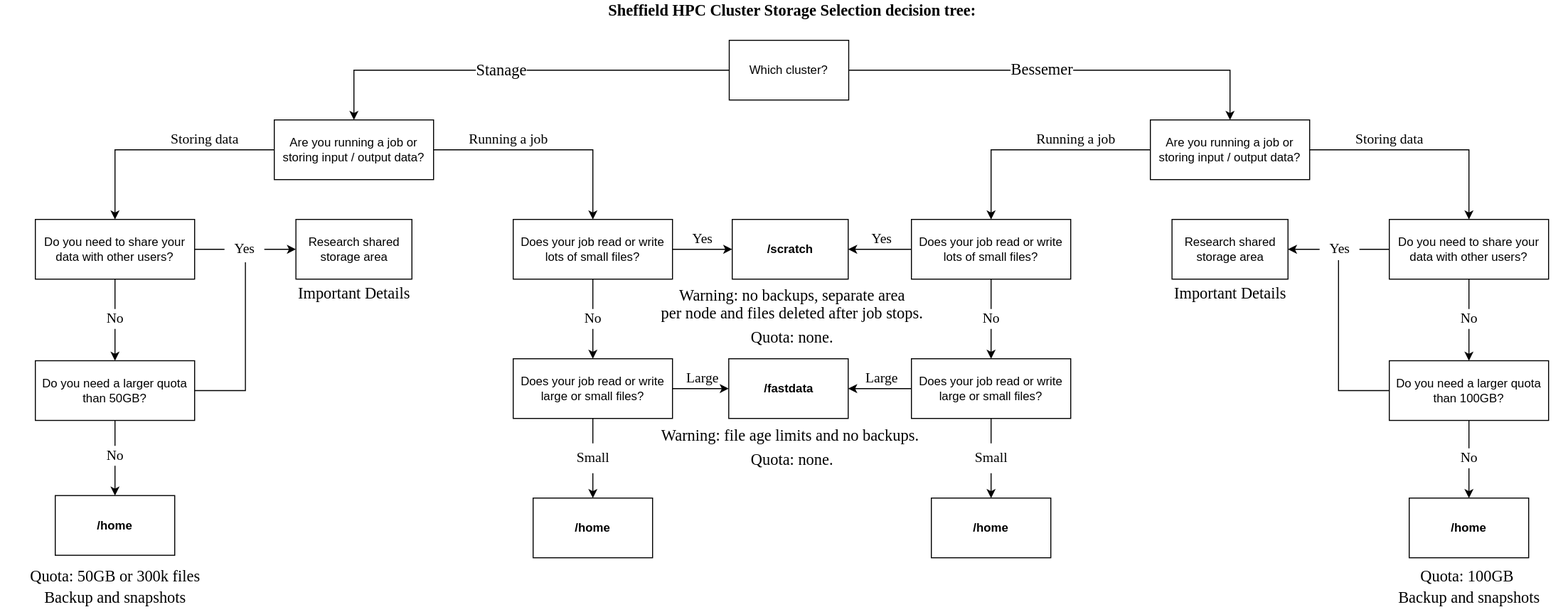
Above: images/Sheffield-HPC-Cluster-Storage-Selection-decision-tree.drawio.svg in rcgsheffield/sheffield_hpc (draw.io), before the change. Source tidied: cells renumbered, new cells last; positions are measured from the earlier drawing's top-left corner, leaving out a move shared by most shapes.
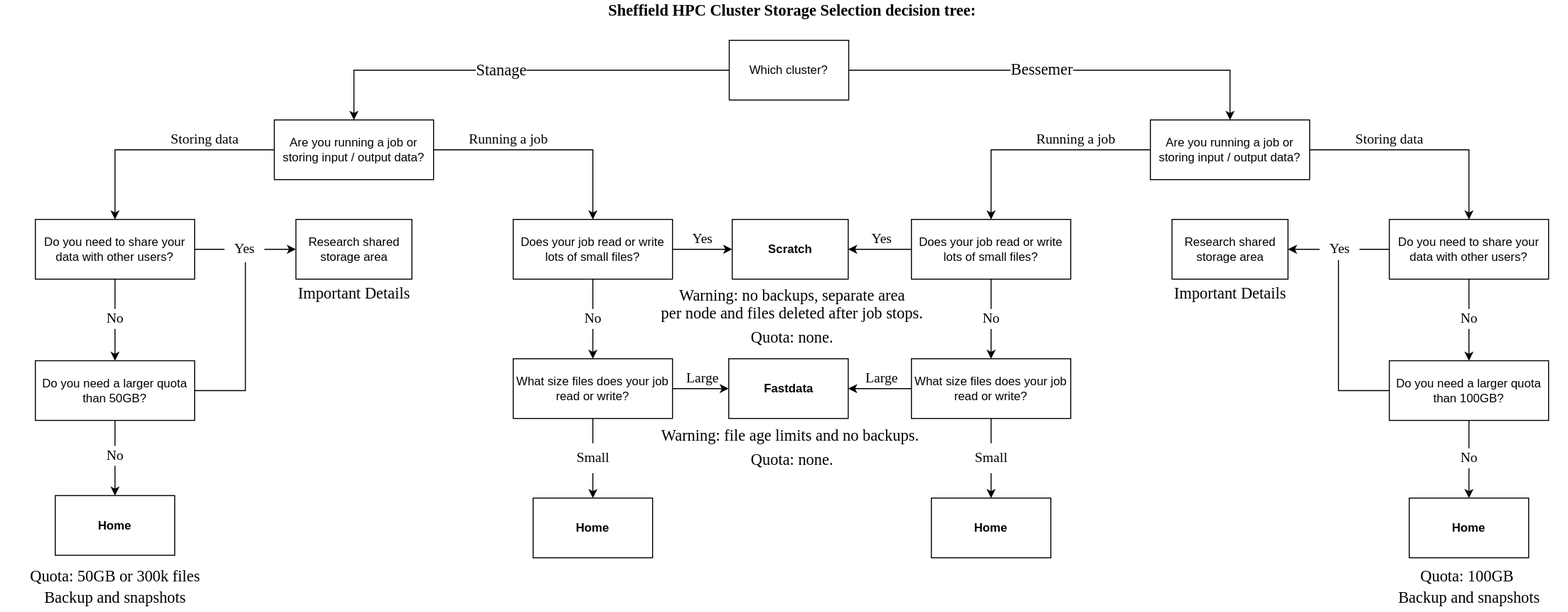
After the commit.

Commit message:
Add links to relevant sections

The edit, as a diff of the source:
```diff
@@ -38,7 +38,7 @@
     <mxCell id="13" value="Does your job read or write lots of small files?" style="rounded=0;whiteSpace=wrap;html=1;" parent="1" vertex="1">
       <mxGeometry x="915" y="220" width="160" height="60" as="geometry" />
     </mxCell>
-    <mxCell id="14" value="&lt;b&gt;/scratch&lt;/b&gt;" style="rounded=0;whiteSpace=wrap;html=1;" parent="1" vertex="1">
+    <mxCell id="14" value="&lt;b&gt;&lt;a href=&quot;https://docs.hpc.shef.ac.uk/en/latest/hpc/filestore.html#scratch-directories&quot;&gt;Scratch&lt;/a&gt;&lt;/b&gt;" style="rounded=0;whiteSpace=wrap;html=1;" parent="1" vertex="1">
       <mxGeometry x="735" y="220" width="116.5" height="60" as="geometry" />
     </mxCell>
     <mxCell id="15" style="edgeStyle=orthogonalEdgeStyle;rounded=0;jettySize=auto;html=1;fontFamily=Verdana;fontSize=16;" parent="1" edge="1" source="17" target="21">
@@ -47,7 +47,7 @@
     <mxCell id="16" style="edgeStyle=orthogonalEdgeStyle;rounded=0;jettySize=auto;html=1;fontFamily=Verdana;fontSize=14;startArrow=none;" parent="1" edge="1" source="45" target="43">
       <mxGeometry relative="1" as="geometry" />
     </mxCell>
-    <mxCell id="17" value="Does your job read or write large or small files?" style="rounded=0;whiteSpace=wrap;html=1;" parent="1" vertex="1">
+    <mxCell id="17" value="What size files does your job read or write?" style="rounded=0;whiteSpace=wrap;html=1;" parent="1" vertex="1">
       <mxGeometry x="515" y="360" width="160" height="60" as="geometry" />
     </mxCell>
     <mxCell id="18" style="edgeStyle=orthogonalEdgeStyle;rounded=0;jettySize=auto;html=1;fontFamily=Verdana;fontSize=16;" parent="1" edge="1" source="20" target="21">
@@ -56,10 +56,10 @@
     <mxCell id="19" style="edgeStyle=orthogonalEdgeStyle;rounded=0;jettySize=auto;html=1;fontFamily=Verdana;fontSize=14;startArrow=none;" parent="1" edge="1" source="47" target="44">
       <mxGeometry relative="1" as="geometry" />
     </mxCell>
-    <mxCell id="20" value="Does your job read or write large or small files?" style="rounded=0;whiteSpace=wrap;html=1;" parent="1" vertex="1">
+    <mxCell id="20" value="What size files does your job read or write?" style="rounded=0;whiteSpace=wrap;html=1;" parent="1" vertex="1">
       <mxGeometry x="915" y="360" width="160" height="60" as="geometry" />
     </mxCell>
-    <mxCell id="21" value="&lt;b&gt;/fastdata&lt;/b&gt;" style="rounded=0;whiteSpace=wrap;html=1;" parent="1" vertex="1">
+    <mxCell id="21" value="&lt;b&gt;&lt;a href=&quot;https://docs.hpc.shef.ac.uk/en/latest/hpc/filestore.html#fastdata-areas&quot;&gt;Fastdata&lt;/a&gt;&lt;/b&gt;" style="rounded=0;whiteSpace=wrap;html=1;" parent="1" vertex="1">
       <mxGeometry x="731.5" y="360" width="120" height="60" as="geometry" />
     </mxCell>
     <mxCell id="22" value="&lt;a href=&quot;https://docs.hpc.shef.ac.uk/en/latest/hpc/filestore.html#scratch-directories&quot;&gt;Warning: no backups, separate area &lt;br&gt;&lt;/a&gt;" style="text;html=1;align=center;verticalAlign=middle;strokeColor=none;fillColor=none;fontSize=16;fontFamily=Verdana;" parent="1" vertex="1">
@@ -125,10 +125,10 @@
     <mxCell id="42" value="Storing data" style="text;html=1;align=center;verticalAlign=middle;strokeColor=none;fillColor=none;fontSize=14;fontFamily=Verdana;" parent="1" vertex="1">
       <mxGeometry x="155" y="130" width="100" height="20" as="geometry" />
     </mxCell>
-    <mxCell id="43" value="&lt;b&gt;/home&lt;/b&gt;&lt;br&gt;&lt;b&gt;&lt;/b&gt;" style="rounded=0;whiteSpace=wrap;html=1;" parent="1" vertex="1">
+    <mxCell id="43" value="&lt;b&gt;&lt;a href=&quot;https://docs.hpc.shef.ac.uk/en/latest/hpc/filestore.html#home-directories&quot;&gt;Home&lt;/a&gt;&lt;/b&gt;&lt;br&gt;&lt;b&gt;&lt;/b&gt;" style="rounded=0;whiteSpace=wrap;html=1;" parent="1" vertex="1">
       <mxGeometry x="535" y="500" width="120" height="60" as="geometry" />
     </mxCell>
-    <mxCell id="44" value="&lt;b&gt;/home&lt;/b&gt;" style="rounded=0;whiteSpace=wrap;html=1;" parent="1" vertex="1">
+    <mxCell id="44" value="&lt;b&gt;&lt;a href=&quot;https://docs.hpc.shef.ac.uk/en/latest/hpc/filestore.html#home-directories&quot;&gt;Home&lt;/a&gt;&lt;/b&gt;" style="rounded=0;whiteSpace=wrap;html=1;" parent="1" vertex="1">
       <mxGeometry x="935" y="500" width="120" height="60" as="geometry" />
     </mxCell>
     <mxCell id="45" value="Small" style="text;html=1;align=center;verticalAlign=middle;points=[];strokeColor=none;fillColor=none;fontSize=14;fontFamily=Verdana;" parent="1" vertex="1">
@@ -146,7 +146,7 @@
     <mxCell id="49" value="Research shared storage area" style="rounded=0;whiteSpace=wrap;html=1;" parent="1" vertex="1">
       <mxGeometry x="296.8" y="220" width="116.5" height="60" as="geometry" />
     </mxCell>
-    <mxCell id="50" value="&lt;b&gt;/home&lt;/b&gt;" style="rounded=0;whiteSpace=wrap;html=1;" parent="1" vertex="1">
+    <mxCell id="50" value="&lt;b&gt;&lt;a href=&quot;https://docs.hpc.shef.ac.uk/en/latest/hpc/filestore.html#home-directories&quot;&gt;Home&lt;/a&gt;&lt;/b&gt;" style="rounded=0;whiteSpace=wrap;html=1;" parent="1" vertex="1">
       <mxGeometry x="1415" y="500" width="120" height="60" as="geometry" />
     </mxCell>
     <mxCell id="51" style="edgeStyle=orthogonalEdgeStyle;rounded=0;jettySize=auto;html=1;" parent="1" edge="1" source="52" target="74">
@@ -238,7 +238,7 @@
     <mxCell id="79" value="No" style="text;html=1;align=center;verticalAlign=middle;points=[];strokeColor=none;fillColor=none;fontSize=14;fontFamily=Verdana;" parent="1" vertex="1">
       <mxGeometry x="1460" y="450" width="30" height="20" as="geometry" />
     </mxCell>
-    <mxCell id="80" value="&lt;b&gt;/home&lt;/b&gt;" style="rounded=0;whiteSpace=wrap;html=1;" parent="1" vertex="1">
+    <mxCell id="80" value="&lt;b&gt;&lt;a href=&quot;https://docs.hpc.shef.ac.uk/en/latest/hpc/filestore.html#home-directories&quot;&gt;Home&lt;/a&gt;&lt;/b&gt;" style="rounded=0;whiteSpace=wrap;html=1;" parent="1" vertex="1">
       <mxGeometry x="55" y="497.5" width="120" height="60" as="geometry" />
     </mxCell>
     <mxCell id="81" value="&lt;a href=&quot;https://docs.hpc.shef.ac.uk/en/latest/hpc/filestore.html#home-directories&quot;&gt;Quota: 100GB&lt;/a&gt;&amp;nbsp;" style="text;html=1;align=center;verticalAlign=middle;strokeColor=none;fillColor=none;fontSize=16;fontFamily=Verdana;" parent="1" vertex="1">
```
